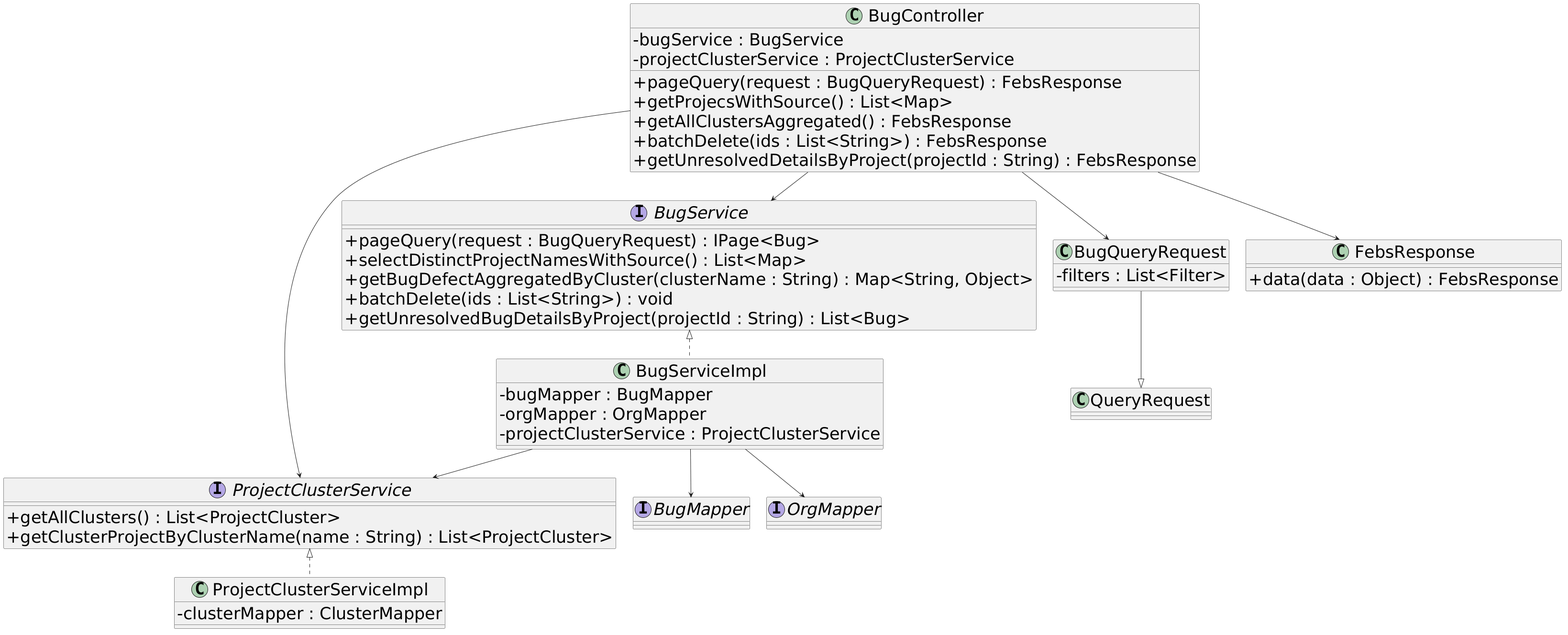
Earlier version of the PlantUML export imgs/cLass/缺陷管理类图.png (Moon-Knight1/SEU-Graduation-Thesis-Template).
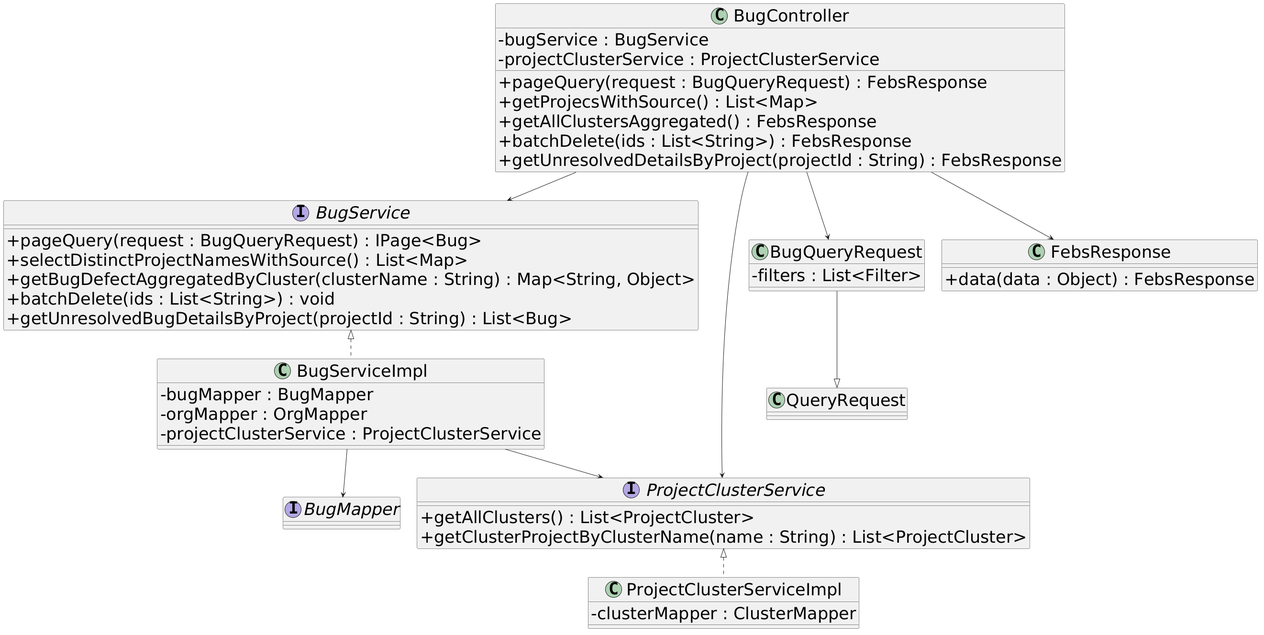
Later version of the same file.

What changed in the source:
```diff
@@ -32,7 +32,6 @@
 }
 
 interface BugMapper{}
-interface OrgMapper{}
 
 class ProjectClusterServiceImpl {
     - clusterMapper : ClusterMapper
@@ -58,7 +57,6 @@
 ProjectClusterService <|.. ProjectClusterServiceImpl
 
 BugServiceImpl --> BugMapper
-BugServiceImpl --> OrgMapper
 BugServiceImpl --> ProjectClusterService
 
 BugQueryRequest --|> QueryRequest
```
